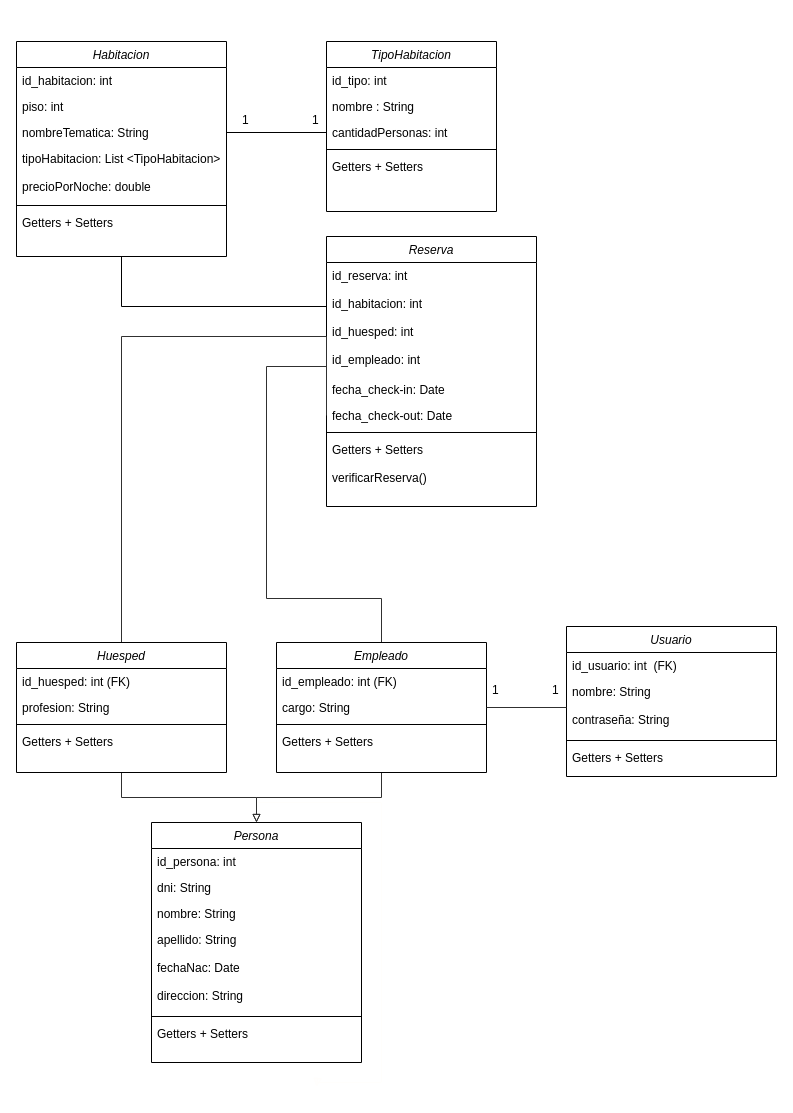
This is Diagrama de clases.drawio from aldogayala14/ProyectoFinal, a draw.io file, before an edit. Source tidied: cells renumbered, new cells numbered last; positions are measured from the earlier drawing's top-left corner, leaving out a move shared by most shapes. Both pictures are drawn from the tidied source at 100%, with x=0, y=0 at pixel (16, 41).
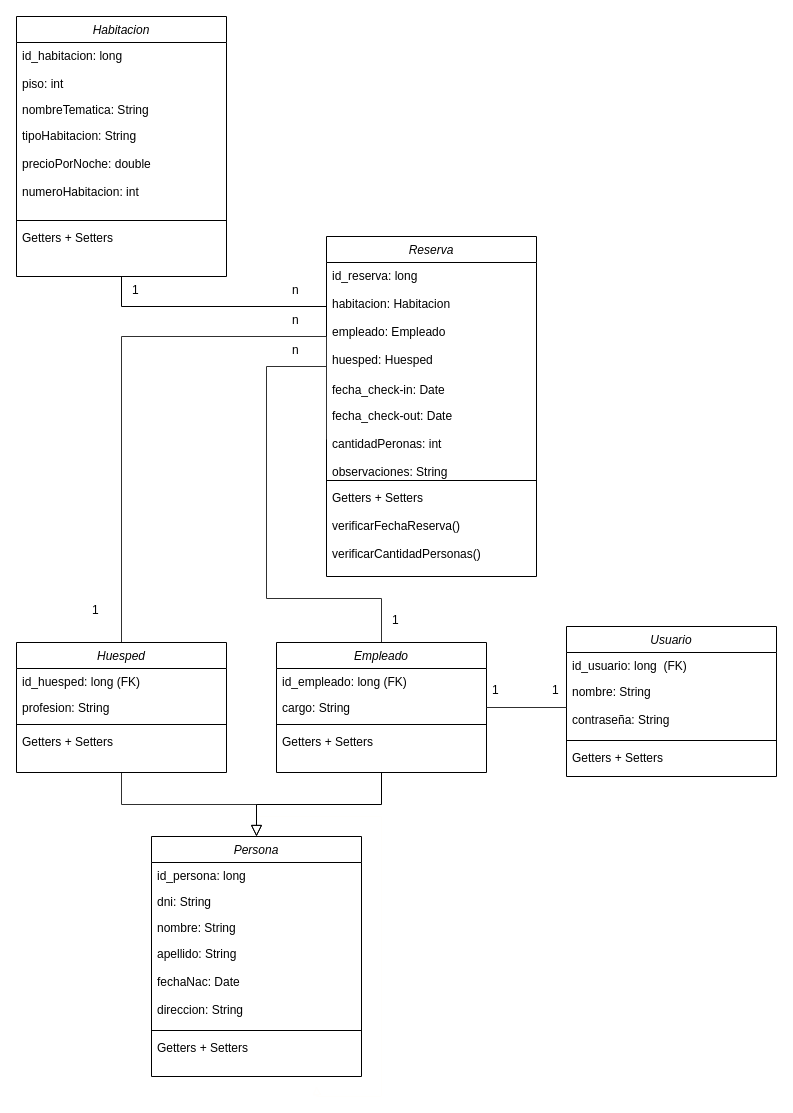
Above is the later version.

Commit message (it also covers changes not shown here):
Edicion de supuestos, control de diagrama y conexion de base de datos

The change refers to these unchanged cells:
```xml
<mxCell id="36" value="Huesped" style="swimlane;fontStyle=2;align=center;verticalAlign=top;horizontal=1;startSize=26;rounded=0;shadow=0;strokeWidth=1;" parent="1" vertex="1">
  <mxGeometry y="601" width="210" height="130" as="geometry" />
</mxCell>
<mxCell id="42" value="Empleado" style="swimlane;fontStyle=2;align=center;verticalAlign=top;horizontal=1;startSize=26;rounded=0;shadow=0;strokeWidth=1;" parent="1" vertex="1">
  <mxGeometry x="260" y="601" width="210" height="130" as="geometry" />
</mxCell>
<mxCell id="47" value="Usuario" style="swimlane;fontStyle=2;align=center;verticalAlign=top;horizontal=1;startSize=26;rounded=0;shadow=0;strokeWidth=1;" parent="1" vertex="1">
  <mxGeometry x="550" y="585" width="210" height="150" as="geometry" />
</mxCell>
```

The edit, as a diff of the source:
```diff
@@
     <mxCell id="3" value="Habitacion" style="swimlane;fontStyle=2;align=center;verticalAlign=top;horizontal=1;startSize=26;rounded=0;shadow=0;strokeWidth=1;" parent="1" vertex="1">
-      <mxGeometry width="210" height="215" as="geometry" />
+      <mxGeometry y="-25" width="210" height="260" as="geometry" />
     </mxCell>
-    <mxCell id="4" value="id_habitacion: int" style="text;align=left;verticalAlign=top;spacingLeft=4;spacingRight=4;overflow=hidden;" parent="3" vertex="1">
-      <mxGeometry y="26" width="210" height="26" as="geometry" />
+    <mxCell id="4" value="id_habitacion: long" style="text;align=left;verticalAlign=top;spacingLeft=4;spacingRight=4;overflow=hidden;" parent="3" vertex="1">
+      <mxGeometry y="26" width="210" height="28" as="geometry" />
     </mxCell>
     <mxCell id="5" value="piso: int" style="text;align=left;verticalAlign=top;spacingLeft=4;spacingRight=4;overflow=hidden;rounded=0;shadow=0;html=0;" parent="3" vertex="1">
-      <mxGeometry y="52" width="210" height="26" as="geometry" />
+      <mxGeometry y="54" width="210" height="26" as="geometry" />
     </mxCell>
     <mxCell id="6" value="nombreTematica: String&#10;" style="text;align=left;verticalAlign=top;spacingLeft=4;spacingRight=4;overflow=hidden;points=[[0,0.5],[1,0.5]];portConstraint=eastwest;rounded=0;shadow=0;html=0;" parent="3" vertex="1">
-      <mxGeometry y="78" width="210" height="26" as="geometry" />
+      <mxGeometry y="80" width="210" height="26" as="geometry" />
     </mxCell>
-    <mxCell id="7" value="tipoHabitacion: List &lt;TipoHabitacion&gt;&#10;&#10;precioPorNoche: double&#10;" style="text;align=left;verticalAlign=top;spacingLeft=4;spacingRight=4;overflow=hidden;rounded=0;shadow=0;html=0;" parent="3" vertex="1">
-      <mxGeometry y="104" width="210" height="56" as="geometry" />
+    <mxCell id="7" value="tipoHabitacion: String&#10;&#10;precioPorNoche: double&#10;&#10;numeroHabitacion: int" style="text;align=left;verticalAlign=top;spacingLeft=4;spacingRight=4;overflow=hidden;rounded=0;shadow=0;html=0;" parent="3" vertex="1">
+      <mxGeometry y="106" width="210" height="94" as="geometry" />
     </mxCell>
     <mxCell id="8" style="line;html=1;strokeWidth=1;align=left;verticalAlign=middle;spacingTop=-1;spacingLeft=3;spacingRight=3;labelPosition=right;" parent="3" vertex="1">
-      <mxGeometry y="160" width="210" height="8" as="geometry" />
+      <mxGeometry y="200" width="210" height="8" as="geometry" />
     </mxCell>
     <mxCell id="9" value="Getters + Setters&#10;&#10;&#10;&#10;&#10;" style="text;align=left;verticalAlign=top;spacingLeft=4;spacingRight=4;overflow=hidden;" parent="3" vertex="1">
-      <mxGeometry y="168" width="210" height="42" as="geometry" />
+      <mxGeometry y="208" width="210" height="24" as="geometry" />
     </mxCell>
-    <mxCell id="10" value="TipoHabitacion" style="swimlane;fontStyle=2;align=center;verticalAlign=top;horizontal=1;startSize=26;rounded=0;shadow=0;strokeWidth=1;" parent="1" vertex="1">
-      <mxGeometry x="310" width="170" height="170" as="geometry" />
-    </mxCell>
-    <mxCell id="11" value="id_tipo: int" style="text;align=left;verticalAlign=top;spacingLeft=4;spacingRight=4;overflow=hidden;" parent="10" vertex="1">
-      <mxGeometry y="26" width="170" height="26" as="geometry" />
-    </mxCell>
-    <mxCell id="12" value="nombre : String" style="text;align=left;verticalAlign=top;spacingLeft=4;spacingRight=4;overflow=hidden;rounded=0;shadow=0;html=0;" parent="10" vertex="1">
-      <mxGeometry y="52" width="170" height="26" as="geometry" />
-    </mxCell>
-    <mxCell id="13" value="cantidadPersonas: int" style="text;align=left;verticalAlign=top;spacingLeft=4;spacingRight=4;overflow=hidden;points=[[0,0.5],[1,0.5]];portConstraint=eastwest;rounded=0;shadow=0;html=0;" parent="10" vertex="1">
-      <mxGeometry y="78" width="170" height="26" as="geometry" />
-    </mxCell>
-    <mxCell id="14" style="line;html=1;strokeWidth=1;align=left;verticalAlign=middle;spacingTop=-1;spacingLeft=3;spacingRight=3;labelPosition=right;" parent="10" vertex="1">
-      <mxGeometry y="104" width="170" height="8" as="geometry" />
-    </mxCell>
-    <mxCell id="15" value="Getters + Setters&#10;&#10;&#10;&#10;&#10;" style="text;align=left;verticalAlign=top;spacingLeft=4;spacingRight=4;overflow=hidden;" parent="10" vertex="1">
-      <mxGeometry y="112" width="170" height="58" as="geometry" />
-    </mxCell>
@@
     <mxCell id="17" value="Reserva" style="swimlane;fontStyle=2;align=center;verticalAlign=top;horizontal=1;startSize=26;rounded=0;shadow=0;strokeWidth=1;" parent="1" vertex="1">
-      <mxGeometry x="310" y="195" width="210" height="270" as="geometry" />
+      <mxGeometry x="310" y="195" width="210" height="340" as="geometry" />
     </mxCell>
-    <mxCell id="18" value="id_reserva: int&#10;&#10;id_habitacion: int&#10;&#10;id_huesped: int&#10;&#10;id_empleado: int" style="text;align=left;verticalAlign=top;spacingLeft=4;spacingRight=4;overflow=hidden;" parent="17" vertex="1">
+    <mxCell id="18" value="id_reserva: long&#10;&#10;habitacion: Habitacion&#10;&#10;empleado: Empleado&#10;&#10;huesped: Huesped&#10;" style="text;align=left;verticalAlign=top;spacingLeft=4;spacingRight=4;overflow=hidden;" parent="17" vertex="1">
       <mxGeometry y="26" width="210" height="114" as="geometry" />
     </mxCell>
@@
-    <mxCell id="20" value="fecha_check-out: Date" style="text;align=left;verticalAlign=top;spacingLeft=4;spacingRight=4;overflow=hidden;points=[[0,0.5],[1,0.5]];portConstraint=eastwest;rounded=0;shadow=0;html=0;" parent="17" vertex="1">
-      <mxGeometry y="166" width="210" height="26" as="geometry" />
+    <mxCell id="20" value="fecha_check-out: Date&#10;&#10;cantidadPeronas: int&#10;&#10;observaciones: String&#10;" style="text;align=left;verticalAlign=top;spacingLeft=4;spacingRight=4;overflow=hidden;points=[[0,0.5],[1,0.5]];portConstraint=eastwest;rounded=0;shadow=0;html=0;" parent="17" vertex="1">
+      <mxGeometry y="166" width="210" height="74" as="geometry" />
     </mxCell>
     <mxCell id="21" style="line;html=1;strokeWidth=1;align=left;verticalAlign=middle;spacingTop=-1;spacingLeft=3;spacingRight=3;labelPosition=right;" parent="17" vertex="1">
-      <mxGeometry y="192" width="210" height="8" as="geometry" />
+      <mxGeometry y="240" width="210" height="8" as="geometry" />
     </mxCell>
-    <mxCell id="22" value="Getters + Setters&#10;&#10;verificarReserva()&#10;&#10;&#10;&#10;&#10;" style="text;align=left;verticalAlign=top;spacingLeft=4;spacingRight=4;overflow=hidden;" parent="17" vertex="1">
-      <mxGeometry y="200" width="210" height="62" as="geometry" />
+    <mxCell id="22" value="Getters + Setters&#10;&#10;verificarFechaReserva()&#10;&#10;verificarCantidadPersonas()&#10;&#10;&#10;&#10;&#10;" style="text;align=left;verticalAlign=top;spacingLeft=4;spacingRight=4;overflow=hidden;" parent="17" vertex="1">
+      <mxGeometry y="248" width="210" height="92" as="geometry" />
     </mxCell>
-    <mxCell id="23" style="endArrow=none;html=1;entryX=0;entryY=0.5;entryDx=0;entryDy=0;exitX=1;exitY=0.5;exitDx=0;exitDy=0;" parent="1" edge="1" source="6" target="13">
-      <mxGeometry relative="1" as="geometry" />
-    </mxCell>
-    <mxCell id="24" value="1" style="text;strokeColor=none;fillColor=none;spacingLeft=4;spacingRight=4;overflow=hidden;fontSize=12;" parent="1" vertex="1">
-      <mxGeometry x="220" y="65" width="40" height="30" as="geometry" />
-    </mxCell>
-    <mxCell id="25" value="1" style="text;strokeColor=none;fillColor=none;spacingLeft=4;spacingRight=4;overflow=hidden;fontSize=12;" parent="1" vertex="1">
-      <mxGeometry x="290" y="65" width="40" height="30" as="geometry" />
-    </mxCell>
@@
     <mxCell id="27" value="Persona" style="swimlane;fontStyle=2;align=center;verticalAlign=top;horizontal=1;startSize=26;rounded=0;shadow=0;strokeWidth=1;" parent="1" vertex="1">
-      <mxGeometry x="135" y="781" width="210" height="240" as="geometry" />
+      <mxGeometry x="135" y="795" width="210" height="240" as="geometry" />
     </mxCell>
-    <mxCell id="28" value="id_persona: int" style="text;align=left;verticalAlign=top;spacingLeft=4;spacingRight=4;overflow=hidden;" parent="27" vertex="1">
+    <mxCell id="28" value="id_persona: long" style="text;align=left;verticalAlign=top;spacingLeft=4;spacingRight=4;overflow=hidden;" parent="27" vertex="1">
       <mxGeometry y="26" width="210" height="26" as="geometry" />
     </mxCell>
@@
-    <mxCell id="34" style="edgeStyle=orthogonalEdgeStyle;rounded=0;jettySize=auto;html=1;entryX=0.5;entryY=0;entryDx=0;entryDy=0;endArrow=block;endFill=0;strokeColor=#303030;" parent="1" edge="1" source="36" target="27">
+    <mxCell id="34" style="edgeStyle=orthogonalEdgeStyle;rounded=0;jettySize=auto;html=1;entryX=0.5;entryY=0;entryDx=0;entryDy=0;endArrow=block;endFill=0;strokeColor=#303030;strokeWidth=1;endSize=9;" parent="1" edge="1" source="36" target="27">
       <mxGeometry relative="1" as="geometry" />
     </mxCell>
@@
-    <mxCell id="37" value="id_huesped: int (FK)" style="text;align=left;verticalAlign=top;spacingLeft=4;spacingRight=4;overflow=hidden;" parent="36" vertex="1">
+    <mxCell id="37" value="id_huesped: long (FK)" style="text;align=left;verticalAlign=top;spacingLeft=4;spacingRight=4;overflow=hidden;" parent="36" vertex="1">
       <mxGeometry y="26" width="210" height="26" as="geometry" />
     </mxCell>
@@
-    <mxCell id="41" style="edgeStyle=orthogonalEdgeStyle;rounded=0;jettySize=auto;html=1;entryX=0.5;entryY=0;entryDx=0;entryDy=0;endArrow=block;endFill=0;strokeColor=#303030;" parent="1" edge="1" source="42" target="27">
+    <mxCell id="41" style="edgeStyle=orthogonalEdgeStyle;rounded=0;jettySize=auto;html=1;entryX=0.5;entryY=0;entryDx=0;entryDy=0;endArrow=block;endFill=0;endSize=9;" parent="1" edge="1" source="42" target="27">
       <mxGeometry relative="1" as="geometry" />
     </mxCell>
@@
-    <mxCell id="43" value="id_empleado: int (FK)" style="text;align=left;verticalAlign=top;spacingLeft=4;spacingRight=4;overflow=hidden;" parent="42" vertex="1">
+    <mxCell id="43" value="id_empleado: long (FK)" style="text;align=left;verticalAlign=top;spacingLeft=4;spacingRight=4;overflow=hidden;" parent="42" vertex="1">
       <mxGeometry y="26" width="210" height="26" as="geometry" />
     </mxCell>
@@
-    <mxCell id="48" value="id_usuario: int  (FK)" style="text;align=left;verticalAlign=top;spacingLeft=4;spacingRight=4;overflow=hidden;" parent="47" vertex="1">
+    <mxCell id="48" value="id_usuario: long  (FK)" style="text;align=left;verticalAlign=top;spacingLeft=4;spacingRight=4;overflow=hidden;" parent="47" vertex="1">
       <mxGeometry y="26" width="210" height="26" as="geometry" />
     </mxCell>
@@
+    <mxCell id="55" value="1" style="text;strokeColor=none;fillColor=none;spacingLeft=4;spacingRight=4;overflow=hidden;fontSize=12;" parent="1" vertex="1">
+      <mxGeometry x="110" y="235" width="40" height="30" as="geometry" />
+    </mxCell>
+    <mxCell id="56" value="n" style="text;strokeColor=none;fillColor=none;spacingLeft=4;spacingRight=4;overflow=hidden;fontSize=12;" parent="1" vertex="1">
+      <mxGeometry x="270" y="235" width="40" height="30" as="geometry" />
+    </mxCell>
+    <mxCell id="57" value="1" style="text;strokeColor=none;fillColor=none;spacingLeft=4;spacingRight=4;overflow=hidden;fontSize=12;" parent="1" vertex="1">
+      <mxGeometry x="70" y="555" width="40" height="30" as="geometry" />
+    </mxCell>
+    <mxCell id="58" value="n" style="text;strokeColor=none;fillColor=none;spacingLeft=4;spacingRight=4;overflow=hidden;fontSize=12;" parent="1" vertex="1">
+      <mxGeometry x="270" y="265" width="40" height="30" as="geometry" />
+    </mxCell>
+    <mxCell id="59" value="n" style="text;strokeColor=none;fillColor=none;spacingLeft=4;spacingRight=4;overflow=hidden;fontSize=12;" parent="1" vertex="1">
+      <mxGeometry x="270" y="295" width="40" height="30" as="geometry" />
+    </mxCell>
+    <mxCell id="60" value="1" style="text;strokeColor=none;fillColor=none;spacingLeft=4;spacingRight=4;overflow=hidden;fontSize=12;" parent="1" vertex="1">
+      <mxGeometry x="370" y="565" width="40" height="30" as="geometry" />
+    </mxCell>
```
